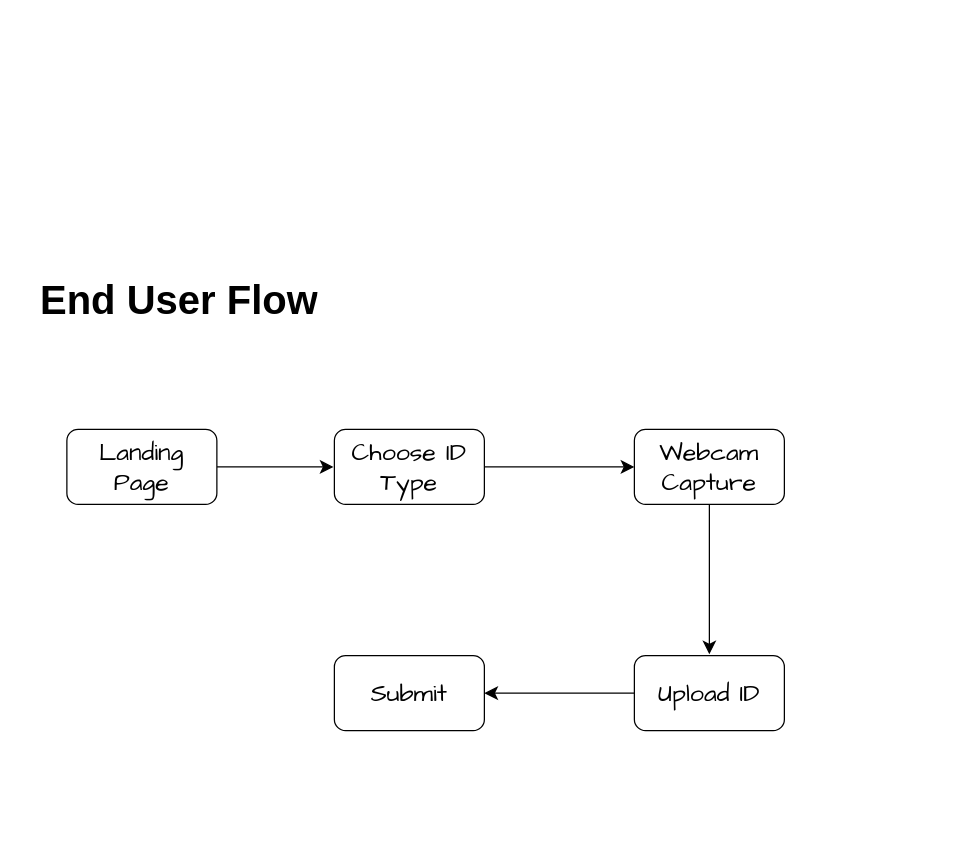
This is page "End User" (1 of 2) of eKYC.drawio from debojitroy/auto-ekyc, a draw.io file, before an edit. Source tidied: cells renumbered, new cells numbered last; positions are measured from the earlier drawing's top-left corner, leaving out a move shared by most shapes. Both pictures are drawn from the tidied source at 125%, with x=0, y=0 at pixel (34, 262).
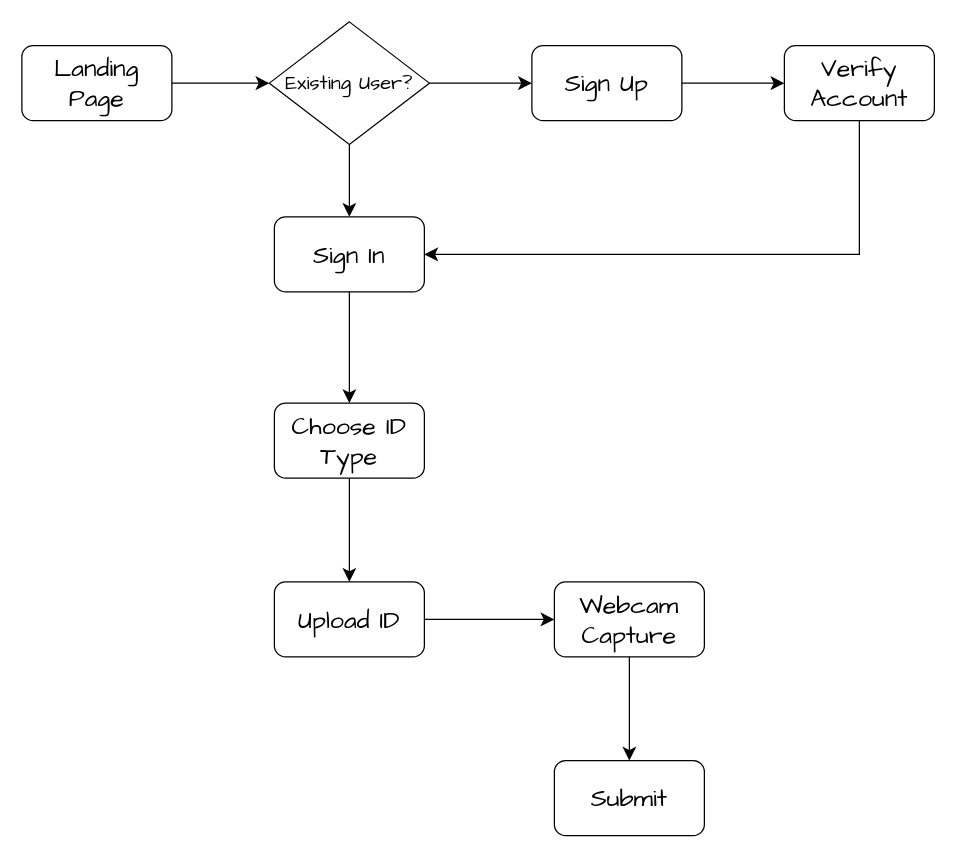
Above is the later version.

What changed in the source:
```diff
@@
 <mxGraphModel>
   <root>
     <mxCell id="0" />
     <mxCell id="1" parent="0" />
-    <mxCell id="2" value="&lt;h1&gt;End User Flow&lt;/h1&gt;" style="text;html=1;strokeColor=none;fillColor=none;spacing=5;spacingTop=-20;whiteSpace=wrap;overflow=hidden;rounded=0;fontSize=16;" parent="1" vertex="1">
-      <mxGeometry width="365" height="54" as="geometry" />
-    </mxCell>
-    <mxCell id="3" style="edgeStyle=none;curved=1;rounded=0;jettySize=auto;html=1;fontSize=12;startSize=8;endSize=8;" parent="1" edge="1" source="4">
-      <mxGeometry relative="1" as="geometry">
-        <mxPoint x="239.3" y="163" as="targetPoint" />
-      </mxGeometry>
-    </mxCell>
+    <mxCell id="12" style="edgeStyle=none;curved=1;rounded=0;jettySize=auto;html=1;exitX=1;exitY=0.5;exitDx=0;exitDy=0;entryX=0;entryY=0.5;entryDx=0;entryDy=0;fontFamily=Architects Daughter;fontSize=12;startSize=8;endSize=8;" parent="1" edge="1" source="4" target="18">
+      <mxGeometry relative="1" as="geometry" />
+    </mxCell>
     <mxCell id="4" value="Landing Page" style="rounded=1;whiteSpace=wrap;html=1;hachureGap=4;fontFamily=Architects Daughter;fontSize=20;" parent="1" vertex="1">
-      <mxGeometry x="26" y="133" width="120" height="60" as="geometry" />
+      <mxGeometry x="-10" y="-174" width="120" height="60" as="geometry" />
     </mxCell>
-    <mxCell id="5" style="edgeStyle=none;curved=1;rounded=0;jettySize=auto;html=1;fontSize=12;startSize=8;endSize=8;" parent="1" edge="1" source="6" target="8">
-      <mxGeometry relative="1" as="geometry" />
-    </mxCell>
+    <mxCell id="13" style="edgeStyle=orthogonalEdgeStyle;rounded=0;jettySize=auto;html=1;exitX=0.5;exitY=1;exitDx=0;exitDy=0;entryX=0.5;entryY=0;entryDx=0;entryDy=0;fontFamily=Architects Daughter;fontSize=12;startSize=8;endSize=8;" parent="1" edge="1" source="6" target="10">
+      <mxGeometry relative="1" as="geometry" />
+    </mxCell>
     <mxCell id="6" value="Choose ID Type" style="rounded=1;whiteSpace=wrap;html=1;hachureGap=4;fontFamily=Architects Daughter;fontSize=20;" parent="1" vertex="1">
-      <mxGeometry x="240" y="133" width="120" height="60" as="geometry" />
+      <mxGeometry x="192" y="112" width="120" height="60" as="geometry" />
     </mxCell>
-    <mxCell id="7" style="edgeStyle=none;curved=1;rounded=0;jettySize=auto;html=1;fontSize=12;startSize=8;endSize=8;" parent="1" edge="1" source="8">
-      <mxGeometry relative="1" as="geometry">
-        <mxPoint x="540" y="313" as="targetPoint" />
-      </mxGeometry>
-    </mxCell>
+    <mxCell id="14" style="edgeStyle=orthogonalEdgeStyle;rounded=0;jettySize=auto;html=1;entryX=0.5;entryY=0;entryDx=0;entryDy=0;fontFamily=Architects Daughter;fontSize=12;startSize=8;endSize=8;" parent="1" edge="1" source="8" target="11">
+      <mxGeometry relative="1" as="geometry" />
+    </mxCell>
     <mxCell id="8" value="Webcam Capture" style="whiteSpace=wrap;html=1;fontSize=20;fontFamily=Architects Daughter;rounded=1;hachureGap=4;" parent="1" vertex="1">
-      <mxGeometry x="480" y="133" width="120" height="60" as="geometry" />
+      <mxGeometry x="416" y="255" width="120" height="60" as="geometry" />
     </mxCell>
-    <mxCell id="9" style="edgeStyle=none;curved=1;rounded=0;jettySize=auto;html=1;fontSize=12;startSize=8;endSize=8;" parent="1" edge="1" source="10" target="11">
-      <mxGeometry relative="1" as="geometry" />
-    </mxCell>
+    <mxCell id="15" style="edgeStyle=orthogonalEdgeStyle;rounded=0;jettySize=auto;html=1;entryX=0;entryY=0.5;entryDx=0;entryDy=0;fontFamily=Architects Daughter;fontSize=12;startSize=8;endSize=8;" parent="1" edge="1" source="10" target="8">
+      <mxGeometry relative="1" as="geometry" />
+    </mxCell>
     <mxCell id="10" value="Upload ID" style="whiteSpace=wrap;html=1;fontSize=20;fontFamily=Architects Daughter;rounded=1;hachureGap=4;" parent="1" vertex="1">
-      <mxGeometry x="480" y="314" width="120" height="60" as="geometry" />
+      <mxGeometry x="192" y="255" width="120" height="60" as="geometry" />
     </mxCell>
     <mxCell id="11" value="Submit" style="whiteSpace=wrap;html=1;fontSize=20;fontFamily=Architects Daughter;rounded=1;hachureGap=4;" parent="1" vertex="1">
-      <mxGeometry x="240" y="314" width="120" height="60" as="geometry" />
+      <mxGeometry x="416" y="398" width="120" height="60" as="geometry" />
     </mxCell>
+    <mxCell id="16" style="edgeStyle=none;curved=1;rounded=0;jettySize=auto;html=1;exitX=1;exitY=0.5;exitDx=0;exitDy=0;entryX=0;entryY=0.5;entryDx=0;entryDy=0;fontFamily=Architects Daughter;fontSize=12;startSize=8;endSize=8;" parent="1" edge="1" source="18" target="22">
+      <mxGeometry relative="1" as="geometry" />
+    </mxCell>
+    <mxCell id="17" style="edgeStyle=none;curved=1;rounded=0;jettySize=auto;html=1;exitX=0.5;exitY=1;exitDx=0;exitDy=0;entryX=0.5;entryY=0;entryDx=0;entryDy=0;fontFamily=Architects Daughter;fontSize=12;startSize=8;endSize=8;" parent="1" edge="1" source="18" target="20">
+      <mxGeometry relative="1" as="geometry" />
+    </mxCell>
+    <mxCell id="18" value="Existing User?" style="rhombus;whiteSpace=wrap;html=1;fontSize=16;fontFamily=Architects Daughter;" parent="1" vertex="1">
+      <mxGeometry x="188" y="-193" width="128" height="98" as="geometry" />
+    </mxCell>
+    <mxCell id="19" style="edgeStyle=orthogonalEdgeStyle;rounded=0;jettySize=auto;html=1;exitX=0.5;exitY=1;exitDx=0;exitDy=0;entryX=0.5;entryY=0;entryDx=0;entryDy=0;fontFamily=Architects Daughter;fontSize=12;startSize=8;endSize=8;" parent="1" edge="1" source="20" target="6">
+      <mxGeometry relative="1" as="geometry" />
+    </mxCell>
+    <mxCell id="20" value="Sign In" style="rounded=1;whiteSpace=wrap;html=1;hachureGap=4;fontFamily=Architects Daughter;fontSize=20;" parent="1" vertex="1">
+      <mxGeometry x="192" y="-37" width="120" height="60" as="geometry" />
+    </mxCell>
+    <mxCell id="21" style="edgeStyle=none;curved=1;rounded=0;jettySize=auto;html=1;exitX=1;exitY=0.5;exitDx=0;exitDy=0;entryX=0;entryY=0.5;entryDx=0;entryDy=0;fontFamily=Architects Daughter;fontSize=12;startSize=8;endSize=8;" parent="1" edge="1" source="22" target="24">
+      <mxGeometry relative="1" as="geometry" />
+    </mxCell>
+    <mxCell id="22" value="Sign Up" style="rounded=1;whiteSpace=wrap;html=1;hachureGap=4;fontFamily=Architects Daughter;fontSize=20;" parent="1" vertex="1">
+      <mxGeometry x="398" y="-174" width="120" height="60" as="geometry" />
+    </mxCell>
+    <mxCell id="23" style="edgeStyle=orthogonalEdgeStyle;rounded=0;jettySize=auto;html=1;exitX=0.5;exitY=1;exitDx=0;exitDy=0;entryX=1;entryY=0.5;entryDx=0;entryDy=0;fontFamily=Architects Daughter;fontSize=12;startSize=8;endSize=8;" parent="1" edge="1" source="24" target="20">
+      <mxGeometry relative="1" as="geometry" />
+    </mxCell>
+    <mxCell id="24" value="Verify Account" style="rounded=1;whiteSpace=wrap;html=1;hachureGap=4;fontFamily=Architects Daughter;fontSize=20;" parent="1" vertex="1">
+      <mxGeometry x="600" y="-174" width="120" height="60" as="geometry" />
+    </mxCell>
   </root>
 </mxGraphModel>
```
